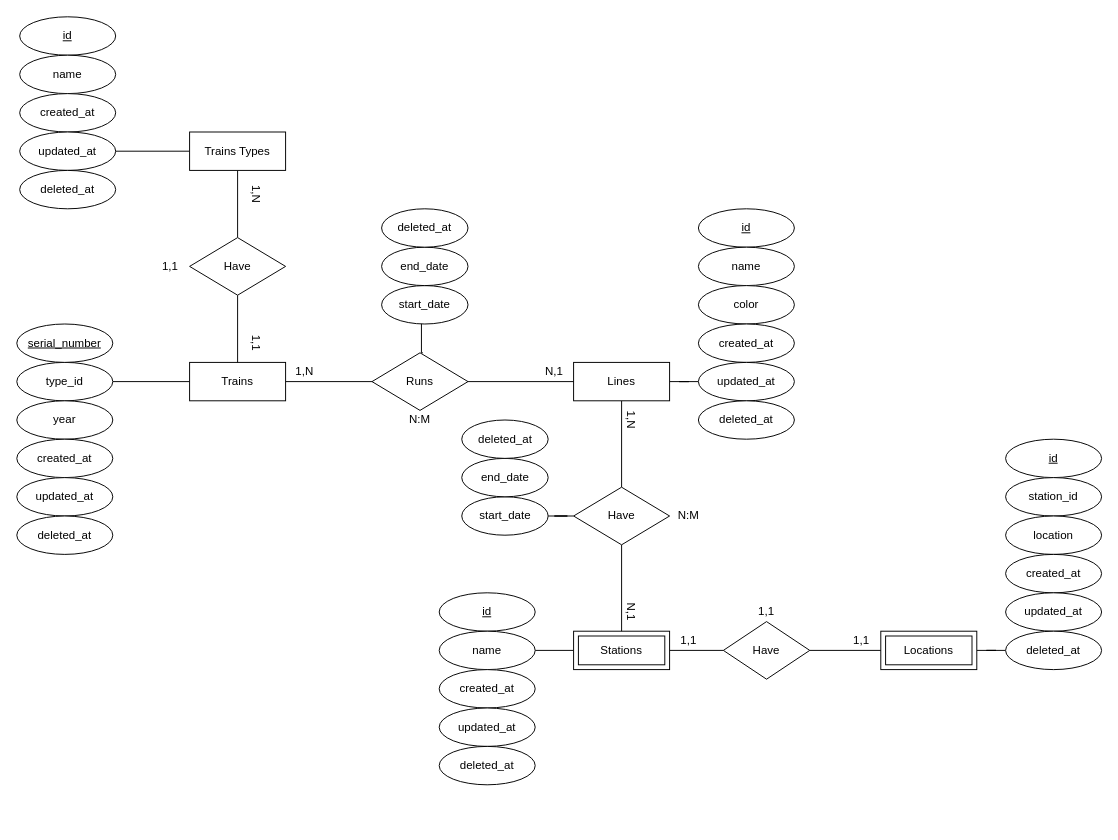
The draw.io diagram docs/draw-io/diagrama-conceptual.drawio in JuanGomez31/metro-mariadb, before the edit. Source tidied: cells renumbered, new cells numbered last; positions are measured from the earlier drawing's top-left corner, leaving out a move shared by most shapes. Both pictures are drawn from the tidied source at 96%, with x=0, y=0 at pixel (16, 16).
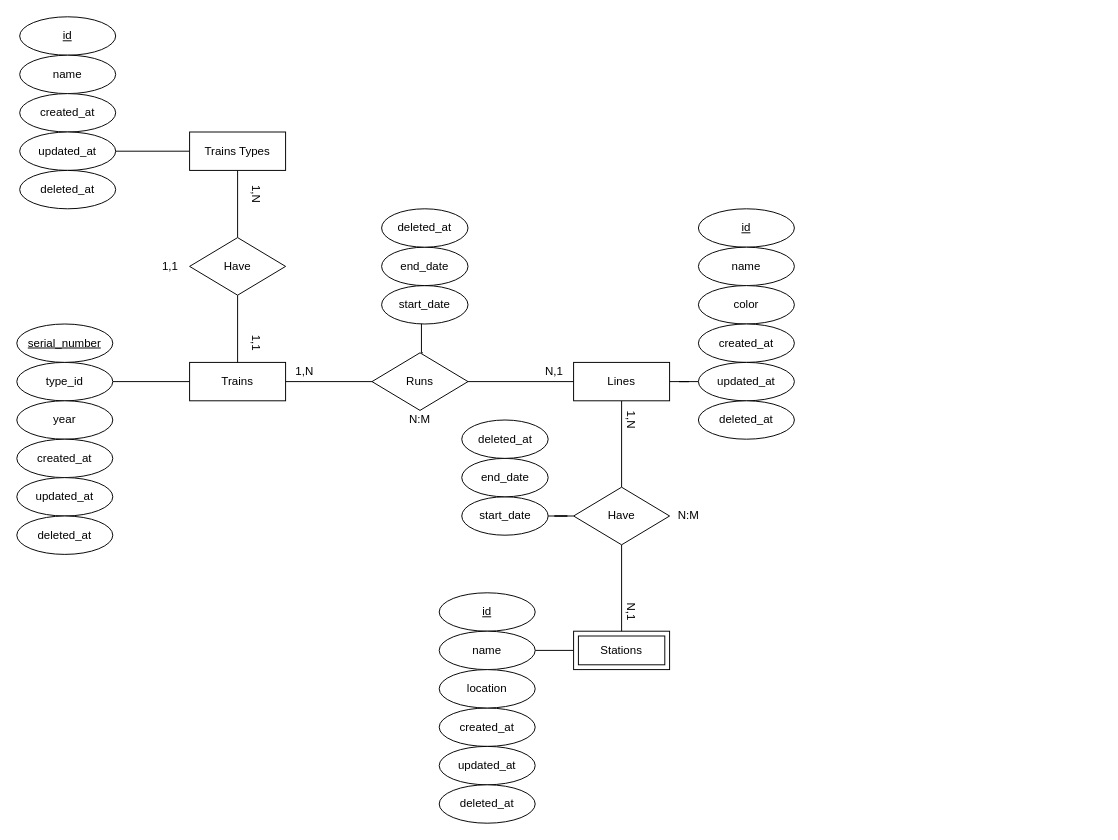
The same diagram, later.

The change refers to these unchanged cells:
```xml
<mxCell id="28" value="Stations" style="shape=ext;margin=3;double=1;whiteSpace=wrap;html=1;align=center;" parent="1" vertex="1">
  <mxGeometry x="580" y="640" width="100" height="40" as="geometry" />
</mxCell>
```

Diff of the diagram source:
```diff
@@
-    <mxCell id="27" style="edgeStyle=orthogonalEdgeStyle;rounded=0;jettySize=auto;html=1;entryX=0;entryY=0.5;entryDx=0;entryDy=0;endArrow=none;endFill=0;" parent="1" edge="1" source="28" target="42">
-      <mxGeometry relative="1" as="geometry" />
-    </mxCell>
@@
-    <mxCell id="30" style="edgeStyle=orthogonalEdgeStyle;rounded=0;jettySize=auto;html=1;endArrow=none;endFill=0;" parent="1" edge="1" source="31" target="51">
-      <mxGeometry relative="1" as="geometry" />
-    </mxCell>
-    <mxCell id="31" value="Locations" style="shape=ext;margin=3;double=1;whiteSpace=wrap;html=1;align=center;" parent="1" vertex="1">
-      <mxGeometry x="900" y="640" width="100" height="40" as="geometry" />
-    </mxCell>
@@
     <mxCell id="33" value="created_at" style="ellipse;whiteSpace=wrap;html=1;align=center;" parent="1" vertex="1">
-      <mxGeometry x="440" y="680" width="100" height="40" as="geometry" />
+      <mxGeometry x="440" y="720" width="100" height="40" as="geometry" />
     </mxCell>
     <mxCell id="34" value="updated_at" style="ellipse;whiteSpace=wrap;html=1;align=center;" parent="1" vertex="1">
-      <mxGeometry x="440" y="720" width="100" height="40" as="geometry" />
+      <mxGeometry x="440" y="760" width="100" height="40" as="geometry" />
     </mxCell>
@@
-    <mxCell id="41" style="edgeStyle=orthogonalEdgeStyle;rounded=0;jettySize=auto;html=1;entryX=0;entryY=0.5;entryDx=0;entryDy=0;endArrow=none;endFill=0;" parent="1" edge="1" source="42" target="31">
-      <mxGeometry relative="1" as="geometry" />
-    </mxCell>
-    <mxCell id="42" value="Have" style="shape=rhombus;perimeter=rhombusPerimeter;whiteSpace=wrap;html=1;align=center;" parent="1" vertex="1">
-      <mxGeometry x="736" y="630" width="90" height="60" as="geometry" />
-    </mxCell>
@@
     <mxCell id="44" value="deleted_at" style="ellipse;whiteSpace=wrap;html=1;align=center;" parent="1" vertex="1">
-      <mxGeometry x="440" y="760" width="100" height="40" as="geometry" />
+      <mxGeometry x="440" y="800" width="100" height="40" as="geometry" />
     </mxCell>
@@
-    <mxCell id="46" value="id" style="ellipse;whiteSpace=wrap;html=1;align=center;fontStyle=4;" parent="1" vertex="1">
-      <mxGeometry x="1030" y="440" width="100" height="40" as="geometry" />
-    </mxCell>
-    <mxCell id="47" value="station_id" style="ellipse;whiteSpace=wrap;html=1;align=center;" parent="1" vertex="1">
-      <mxGeometry x="1030" y="480" width="100" height="40" as="geometry" />
-    </mxCell>
-    <mxCell id="48" value="location" style="ellipse;whiteSpace=wrap;html=1;align=center;" parent="1" vertex="1">
-      <mxGeometry x="1030" y="520" width="100" height="40" as="geometry" />
-    </mxCell>
-    <mxCell id="49" value="created_at" style="ellipse;whiteSpace=wrap;html=1;align=center;" parent="1" vertex="1">
-      <mxGeometry x="1030" y="560" width="100" height="40" as="geometry" />
-    </mxCell>
-    <mxCell id="50" value="updated_at" style="ellipse;whiteSpace=wrap;html=1;align=center;" parent="1" vertex="1">
-      <mxGeometry x="1030" y="600" width="100" height="40" as="geometry" />
-    </mxCell>
-    <mxCell id="51" value="deleted_at" style="ellipse;whiteSpace=wrap;html=1;align=center;" parent="1" vertex="1">
-      <mxGeometry x="1030" y="640" width="100" height="40" as="geometry" />
-    </mxCell>
-    <mxCell id="52" value="1,1" style="text;html=1;strokeColor=none;fillColor=none;align=center;verticalAlign=middle;whiteSpace=wrap;rounded=0;" parent="1" vertex="1">
-      <mxGeometry x="680" y="640" width="40" height="20" as="geometry" />
-    </mxCell>
-    <mxCell id="53" value="1,1" style="text;html=1;strokeColor=none;fillColor=none;align=center;verticalAlign=middle;whiteSpace=wrap;rounded=0;" parent="1" vertex="1">
-      <mxGeometry x="761" y="610" width="40" height="20" as="geometry" />
-    </mxCell>
-    <mxCell id="54" value="1,1" style="text;html=1;strokeColor=none;fillColor=none;align=center;verticalAlign=middle;whiteSpace=wrap;rounded=0;" parent="1" vertex="1">
-      <mxGeometry x="860" y="640" width="40" height="20" as="geometry" />
-    </mxCell>
@@
+    <mxCell id="48" value="location" style="ellipse;whiteSpace=wrap;html=1;align=center;" parent="1" vertex="1">
+      <mxGeometry x="440" y="680" width="100" height="40" as="geometry" />
+    </mxCell>
```
